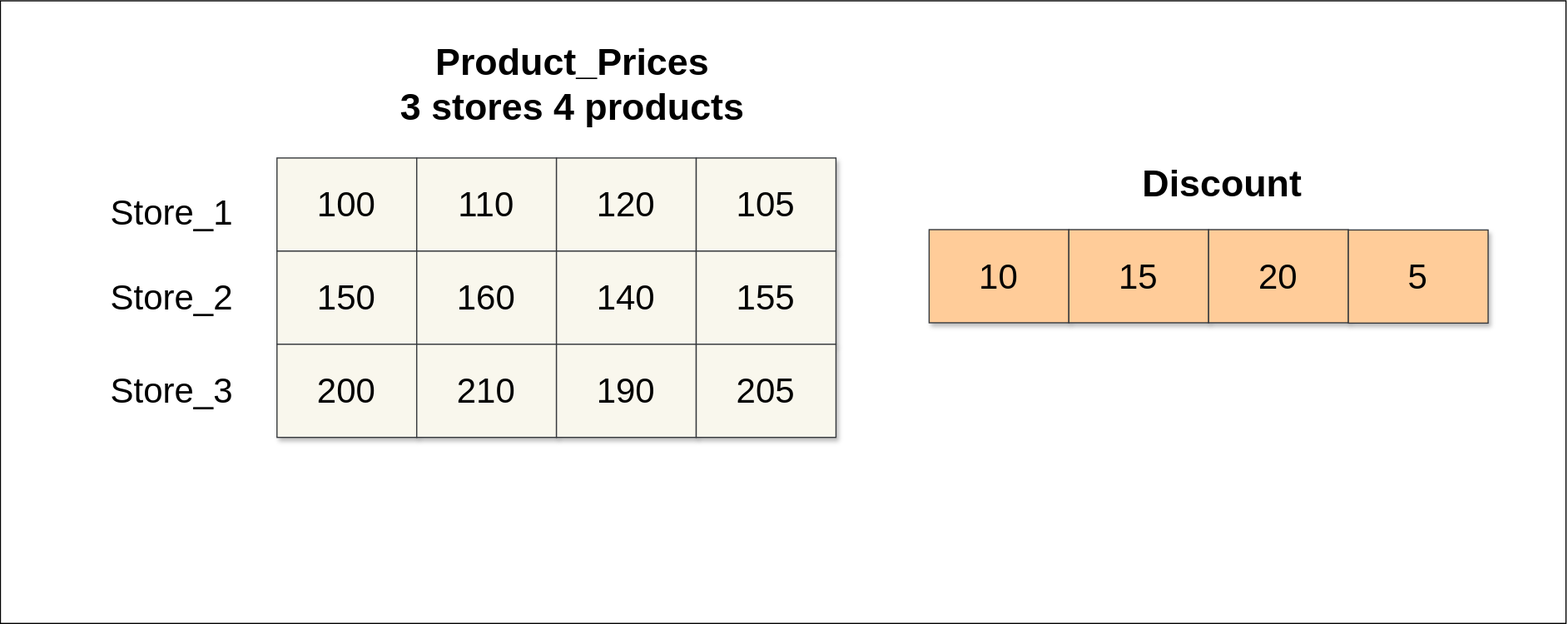
This is tensorcode/Numpy/Problem_3/images/infra-1.svg from poridhiEng/lab-asset, a draw.io export, as it was before one commit. Source tidied: cells renumbered, new cells last; positions are measured from the earlier drawing's top-left corner, leaving out a move shared by most shapes.
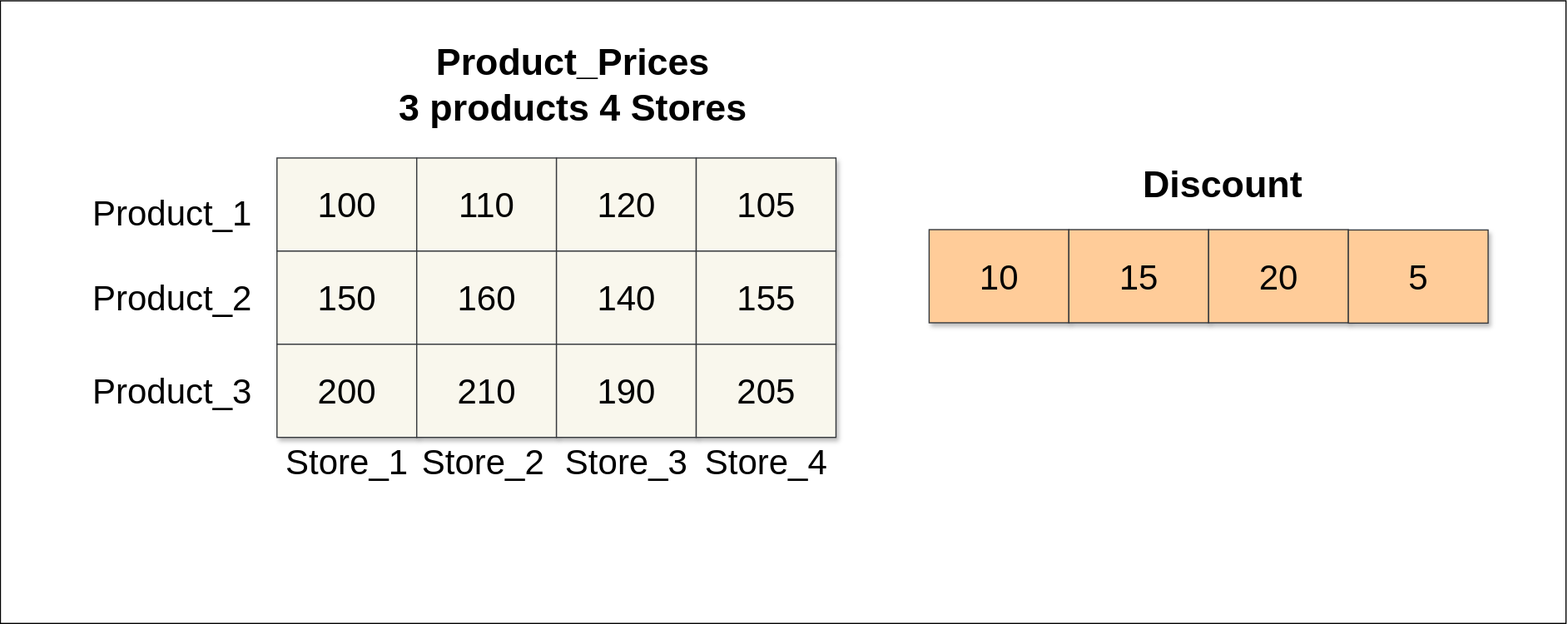
Later version of the same file.

Commit message:
numpy problem 3 issue resolved

The edit, as a diff of the source:
```diff
@@ -32,16 +32,16 @@
     <mxCell id="11" value="190" style="rounded=0;whiteSpace=wrap;html=1;shadow=1;fontSize=30;fillColor=#f9f7ed;strokeColor=#36393d;" parent="1" vertex="1">
       <mxGeometry x="477.1" y="295.2" width="120" height="80" as="geometry" />
     </mxCell>
-    <mxCell id="12" value="&lt;b&gt;Product_Prices&lt;/b&gt;&lt;br&gt;&lt;div&gt;&lt;b&gt;3 stores 4 products&lt;/b&gt;&lt;/div&gt;" style="text;html=1;whiteSpace=wrap;strokeColor=none;fillColor=none;align=center;verticalAlign=middle;rounded=0;fontSize=32;" parent="1" vertex="1">
+    <mxCell id="12" value="&lt;b&gt;Product_Prices&lt;/b&gt;&lt;br&gt;&lt;div&gt;&lt;b&gt;3 products 4 Stores&lt;/b&gt;&lt;/div&gt;" style="text;html=1;whiteSpace=wrap;strokeColor=none;fillColor=none;align=center;verticalAlign=middle;rounded=0;fontSize=32;" parent="1" vertex="1">
       <mxGeometry x="285.9" y="33.3" width="410" height="76.8" as="geometry" />
     </mxCell>
-    <mxCell id="13" value="&lt;font style=&quot;font-size: 30px;&quot;&gt;Store_1&lt;/font&gt;" style="text;html=1;whiteSpace=wrap;strokeColor=none;fillColor=none;align=center;verticalAlign=middle;rounded=0;" parent="1" vertex="1">
+    <mxCell id="13" value="&lt;font style=&quot;font-size: 30px;&quot;&gt;Product_1&lt;/font&gt;" style="text;html=1;whiteSpace=wrap;strokeColor=none;fillColor=none;align=center;verticalAlign=middle;rounded=0;" parent="1" vertex="1">
       <mxGeometry x="62.1" y="157.4" width="170" height="50" as="geometry" />
     </mxCell>
-    <mxCell id="14" value="&lt;font style=&quot;font-size: 30px;&quot;&gt;Store_2&lt;/font&gt;" style="text;html=1;whiteSpace=wrap;strokeColor=none;fillColor=none;align=center;verticalAlign=middle;rounded=0;" parent="1" vertex="1">
+    <mxCell id="14" value="&lt;font style=&quot;font-size: 30px;&quot;&gt;Product_2&lt;/font&gt;" style="text;html=1;whiteSpace=wrap;strokeColor=none;fillColor=none;align=center;verticalAlign=middle;rounded=0;" parent="1" vertex="1">
       <mxGeometry x="62.1" y="230.2" width="170" height="50" as="geometry" />
     </mxCell>
-    <mxCell id="15" value="&lt;font style=&quot;font-size: 30px;&quot;&gt;Store_3&lt;/font&gt;" style="text;html=1;whiteSpace=wrap;strokeColor=none;fillColor=none;align=center;verticalAlign=middle;rounded=0;" parent="1" vertex="1">
+    <mxCell id="15" value="&lt;font style=&quot;font-size: 30px;&quot;&gt;Product_3&lt;/font&gt;" style="text;html=1;whiteSpace=wrap;strokeColor=none;fillColor=none;align=center;verticalAlign=middle;rounded=0;" parent="1" vertex="1">
       <mxGeometry x="62.1" y="310.2" width="170" height="50" as="geometry" />
     </mxCell>
     <mxCell id="16" value="105" style="rounded=0;whiteSpace=wrap;html=1;shadow=1;fontSize=30;fillColor=#f9f7ed;strokeColor=#36393d;" parent="1" vertex="1">
@@ -68,5 +68,17 @@
     <mxCell id="23" value="5" style="rounded=0;whiteSpace=wrap;html=1;shadow=1;fontSize=30;fillColor=#ffcc99;strokeColor=#36393d;" parent="1" vertex="1">
       <mxGeometry x="1157.1" y="197.1" width="120" height="80" as="geometry" />
     </mxCell>
+    <mxCell id="24" value="&lt;font style=&quot;font-size: 30px;&quot;&gt;Store_1&lt;/font&gt;" style="text;html=1;whiteSpace=wrap;strokeColor=none;fillColor=none;align=center;verticalAlign=middle;rounded=0;" parent="1" vertex="1">
+      <mxGeometry x="242.1" y="371.2" width="110" height="50" as="geometry" />
+    </mxCell>
+    <mxCell id="25" value="&lt;font style=&quot;font-size: 30px;&quot;&gt;Store_2&lt;/font&gt;" style="text;html=1;whiteSpace=wrap;strokeColor=none;fillColor=none;align=center;verticalAlign=middle;rounded=0;" parent="1" vertex="1">
+      <mxGeometry x="359" y="371.2" width="110" height="50" as="geometry" />
+    </mxCell>
+    <mxCell id="26" value="&lt;font style=&quot;font-size: 30px;&quot;&gt;Store_3&lt;/font&gt;" style="text;html=1;whiteSpace=wrap;strokeColor=none;fillColor=none;align=center;verticalAlign=middle;rounded=0;" parent="1" vertex="1">
+      <mxGeometry x="482.2" y="371.2" width="110" height="50" as="geometry" />
+    </mxCell>
+    <mxCell id="27" value="&lt;font style=&quot;font-size: 30px;&quot;&gt;Store_4&lt;/font&gt;" style="text;html=1;whiteSpace=wrap;strokeColor=none;fillColor=none;align=center;verticalAlign=middle;rounded=0;" parent="1" vertex="1">
+      <mxGeometry x="602.1" y="371.2" width="110" height="50" as="geometry" />
+    </mxCell>
   </root>
 </mxGraphModel>
```
